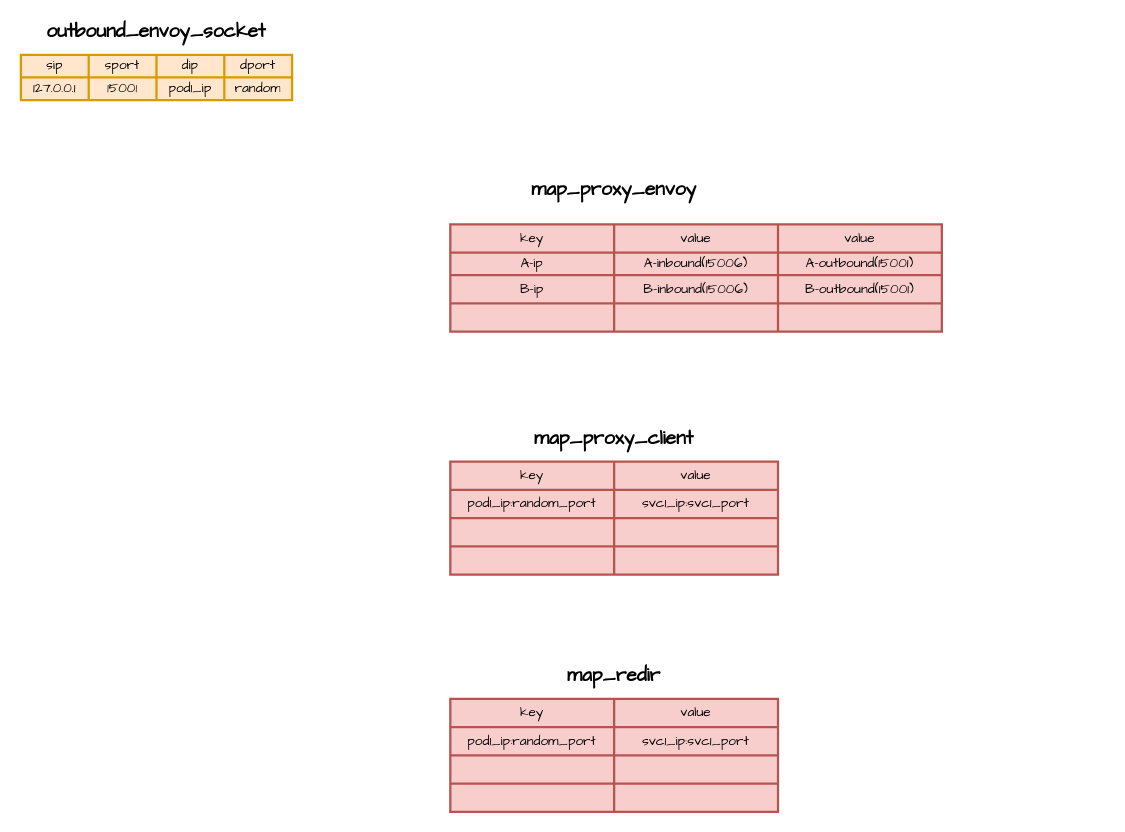
This is ebpf_accelerate_istio/3-level-map-workflow.drawio from xu1zhou/Documents, a draw.io file, before an edit. Source tidied: cells renumbered, new cells numbered last; positions are measured from the earlier drawing's top-left corner, leaving out a move shared by most shapes. Both pictures are drawn from the tidied source at 113%, with x=0, y=0 at pixel (20, 20).
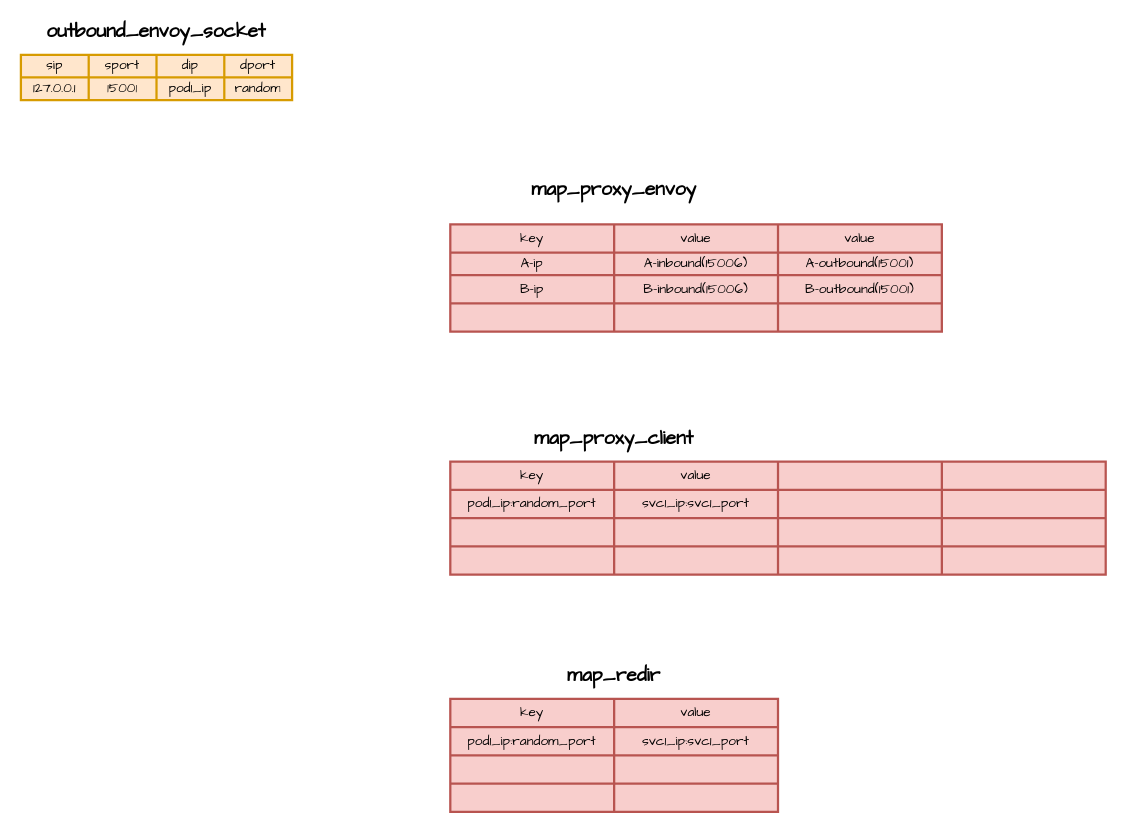
Above is the later version.

Diff of the diagram source:
```diff
@@
     <mxCell id="32" style="shape=table;html=1;whiteSpace=wrap;startSize=0;childLayout=tableLayout;fillColor=#f8cecc;strokeColor=#b85450;strokeWidth=2;fontFamily=Comic Sans MS;fontStyle=1;" parent="1" vertex="1">
-      <mxGeometry x="380" y="390" width="290" height="100" as="geometry" />
+      <mxGeometry x="380" y="390" width="580" height="100" as="geometry" />
     </mxCell>
     <mxCell id="33" style="shape=partialRectangle;html=1;whiteSpace=wrap;fillColor=none;top=0;left=0;bottom=0;right=0;fontFamily=Comic Sans MS;" parent="32" vertex="1">
-      <mxGeometry width="290" height="25" as="geometry" />
+      <mxGeometry width="580" height="25" as="geometry" />
     </mxCell>
@@
+    <mxCell id="60" style="shape=partialRectangle;html=1;whiteSpace=wrap;overflow=hidden;fillColor=none;top=0;left=0;bottom=0;right=0;fontFamily=Comic Sans MS;" parent="33" vertex="1">
+      <mxGeometry x="290" width="145" height="25" as="geometry" />
+    </mxCell>
+    <mxCell id="61" style="shape=partialRectangle;html=1;whiteSpace=wrap;overflow=hidden;fillColor=none;top=0;left=0;bottom=0;right=0;fontFamily=Comic Sans MS;" parent="33" vertex="1">
+      <mxGeometry x="435" width="145" height="25" as="geometry" />
+    </mxCell>
     <mxCell id="36" style="shape=partialRectangle;html=1;whiteSpace=wrap;fillColor=none;top=0;left=0;bottom=0;right=0;fontFamily=Comic Sans MS;" parent="32" vertex="1">
-      <mxGeometry y="25" width="290" height="25" as="geometry" />
+      <mxGeometry y="25" width="580" height="25" as="geometry" />
     </mxCell>
@@
+    <mxCell id="62" style="shape=partialRectangle;html=1;whiteSpace=wrap;overflow=hidden;fillColor=none;top=0;left=0;bottom=0;right=0;fontFamily=Comic Sans MS;" parent="36" vertex="1">
+      <mxGeometry x="290" width="145" height="25" as="geometry" />
+    </mxCell>
+    <mxCell id="63" style="shape=partialRectangle;html=1;whiteSpace=wrap;overflow=hidden;fillColor=none;top=0;left=0;bottom=0;right=0;fontFamily=Comic Sans MS;" parent="36" vertex="1">
+      <mxGeometry x="435" width="145" height="25" as="geometry" />
+    </mxCell>
     <mxCell id="39" style="shape=partialRectangle;html=1;whiteSpace=wrap;fillColor=none;top=0;left=0;bottom=0;right=0;fontFamily=Comic Sans MS;" parent="32" vertex="1">
-      <mxGeometry y="50" width="290" height="25" as="geometry" />
+      <mxGeometry y="50" width="580" height="25" as="geometry" />
     </mxCell>
@@
+    <mxCell id="64" style="shape=partialRectangle;html=1;whiteSpace=wrap;overflow=hidden;fillColor=none;top=0;left=0;bottom=0;right=0;fontFamily=Comic Sans MS;" parent="39" vertex="1">
+      <mxGeometry x="290" width="145" height="25" as="geometry" />
+    </mxCell>
+    <mxCell id="65" style="shape=partialRectangle;html=1;whiteSpace=wrap;overflow=hidden;fillColor=none;top=0;left=0;bottom=0;right=0;fontFamily=Comic Sans MS;" parent="39" vertex="1">
+      <mxGeometry x="435" width="145" height="25" as="geometry" />
+    </mxCell>
     <mxCell id="42" style="shape=partialRectangle;html=1;whiteSpace=wrap;fillColor=none;top=0;left=0;bottom=0;right=0;fontFamily=Comic Sans MS;" parent="32" vertex="1">
-      <mxGeometry y="75" width="290" height="25" as="geometry" />
+      <mxGeometry y="75" width="580" height="25" as="geometry" />
     </mxCell>
@@
+    <mxCell id="66" style="shape=partialRectangle;html=1;whiteSpace=wrap;overflow=hidden;fillColor=none;top=0;left=0;bottom=0;right=0;fontFamily=Comic Sans MS;" parent="42" vertex="1">
+      <mxGeometry x="290" width="145" height="25" as="geometry" />
+    </mxCell>
+    <mxCell id="67" style="shape=partialRectangle;html=1;whiteSpace=wrap;overflow=hidden;fillColor=none;top=0;left=0;bottom=0;right=0;fontFamily=Comic Sans MS;" parent="42" vertex="1">
+      <mxGeometry x="435" width="145" height="25" as="geometry" />
+    </mxCell>
```
